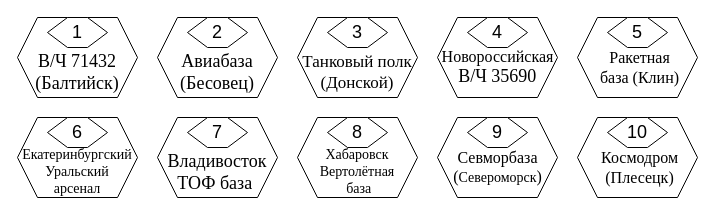
The draw.io diagram page "Узел Unit" (3 of 9) of MilitaryNetwork.drawio in m1tchX/DBhomework, before the edit. Source tidied: cells renumbered, new cells numbered last; positions are measured from the earlier drawing's top-left corner, leaving out a move shared by most shapes. Both pictures are drawn from the tidied source at 100%, with x=0, y=0 at pixel (17, 17).
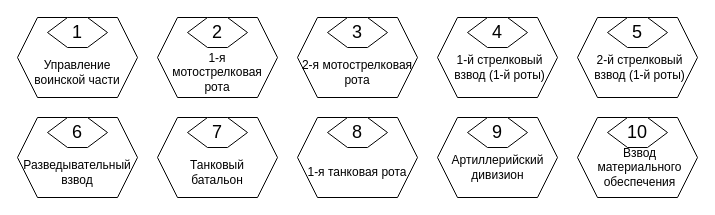
Above is the later version.

Diff of the diagram source:
```diff
@@
-    <mxCell id="4" value="&lt;font style=&quot;font-size: 18px;&quot; face=&quot;Times New Roman&quot;&gt;В/Ч 71432 (Балтийск)&lt;/font&gt;" style="text;html=1;align=center;verticalAlign=middle;whiteSpace=wrap;rounded=0;" parent="1" vertex="1">
+    <mxCell id="4" value="Управление воинской части" style="text;html=1;align=center;verticalAlign=middle;whiteSpace=wrap;rounded=0;" parent="1" vertex="1">
       <mxGeometry x="15" y="40" width="90" height="30" as="geometry" />
     </mxCell>
@@
-    <mxCell id="7" value="&lt;font face=&quot;Times New Roman&quot;&gt;&lt;span style=&quot;font-size: 18px;&quot;&gt;Авиабаза (Бесовец)&lt;/span&gt;&lt;/font&gt;" style="text;html=1;align=center;verticalAlign=middle;whiteSpace=wrap;rounded=0;" parent="1" vertex="1">
+    <mxCell id="7" value="1-я мотострелковая рота" style="text;html=1;align=center;verticalAlign=middle;whiteSpace=wrap;rounded=0;" parent="1" vertex="1">
       <mxGeometry x="155" y="40" width="90" height="30" as="geometry" />
     </mxCell>
@@
-    <mxCell id="10" value="&lt;font style=&quot;font-size: 17px;&quot; face=&quot;Times New Roman&quot;&gt;Танковый полк (Донской)&lt;/font&gt;" style="text;html=1;align=center;verticalAlign=middle;whiteSpace=wrap;rounded=0;" parent="1" vertex="1">
+    <mxCell id="10" value="2-я мотострелковая рота" style="text;html=1;align=center;verticalAlign=middle;whiteSpace=wrap;rounded=0;" parent="1" vertex="1">
       <mxGeometry x="280" y="40" width="120" height="30" as="geometry" />
     </mxCell>
@@
-    <mxCell id="13" value="&lt;span style=&quot;font-family: &amp;quot;Times New Roman&amp;quot;;&quot;&gt;&lt;font style=&quot;font-size: 16px;&quot;&gt;Новороссийская&amp;nbsp;&lt;/font&gt;&lt;/span&gt;&lt;div&gt;&lt;font face=&quot;Times New Roman&quot;&gt;&lt;span style=&quot;font-size: 18px;&quot;&gt;В/Ч 35690&amp;nbsp;&lt;/span&gt;&lt;/font&gt;&lt;/div&gt;" style="text;html=1;align=center;verticalAlign=middle;whiteSpace=wrap;rounded=0;" parent="1" vertex="1">
+    <mxCell id="13" value="1-й стрелковый взвод (1-й роты)" style="text;html=1;align=center;verticalAlign=middle;whiteSpace=wrap;rounded=0;" parent="1" vertex="1">
       <mxGeometry x="435" y="30" width="95" height="40" as="geometry" />
     </mxCell>
@@
-    <mxCell id="16" value="&lt;div&gt;&lt;span style=&quot;font-family: &amp;quot;Times New Roman&amp;quot;; font-size: 14px;&quot;&gt;Екатеринбургский&lt;/span&gt;&lt;/div&gt;&lt;font style=&quot;font-size: 14px;&quot; face=&quot;Times New Roman&quot;&gt;Уральский арсенал&lt;/font&gt;" style="text;html=1;align=center;verticalAlign=middle;whiteSpace=wrap;rounded=0;" parent="1" vertex="1">
+    <mxCell id="16" value="Разведывательный взвод" style="text;html=1;align=center;verticalAlign=middle;whiteSpace=wrap;rounded=0;" parent="1" vertex="1">
       <mxGeometry x="15" y="130" width="90" height="50" as="geometry" />
     </mxCell>
@@
-    <mxCell id="19" value="&lt;div&gt;&lt;span style=&quot;font-family: &amp;quot;Times New Roman&amp;quot;; font-size: 18px;&quot;&gt;Владивосток&lt;/span&gt;&lt;/div&gt;&lt;font face=&quot;Times New Roman&quot;&gt;&lt;span style=&quot;font-size: 18px;&quot;&gt;ТОФ база&amp;nbsp;&lt;/span&gt;&lt;/font&gt;" style="text;html=1;align=center;verticalAlign=middle;whiteSpace=wrap;rounded=0;" parent="1" vertex="1">
+    <mxCell id="19" value="Танковый батальон" style="text;html=1;align=center;verticalAlign=middle;whiteSpace=wrap;rounded=0;" parent="1" vertex="1">
       <mxGeometry x="155" y="140" width="90" height="30" as="geometry" />
     </mxCell>
@@
-    <mxCell id="22" value="&lt;font style=&quot;font-size: 14px;&quot; face=&quot;Times New Roman&quot;&gt;Хабаровск&lt;/font&gt;&lt;div&gt;&lt;font style=&quot;font-size: 14px;&quot; face=&quot;Times New Roman&quot;&gt;Вертолётная&lt;/font&gt;&lt;/div&gt;&lt;div&gt;&lt;font style=&quot;font-size: 14px;&quot; face=&quot;Times New Roman&quot;&gt;&amp;nbsp;база&lt;/font&gt;&lt;/div&gt;" style="text;html=1;align=center;verticalAlign=middle;whiteSpace=wrap;rounded=0;" parent="1" vertex="1">
+    <mxCell id="22" value="1-я танковая рота" style="text;html=1;align=center;verticalAlign=middle;whiteSpace=wrap;rounded=0;" parent="1" vertex="1">
       <mxGeometry x="280" y="130" width="120" height="50" as="geometry" />
     </mxCell>
@@
-    <mxCell id="25" value="&lt;font face=&quot;Times New Roman&quot;&gt;&lt;span style=&quot;font-size: 16px;&quot;&gt;Севморбаза&lt;/span&gt;&lt;/font&gt;&lt;div&gt;&lt;font face=&quot;Times New Roman&quot;&gt;&lt;span style=&quot;font-size: 16px;&quot;&gt;(&lt;/span&gt;&lt;font style=&quot;font-size: 14px;&quot;&gt;Североморск&lt;/font&gt;&lt;span style=&quot;font-size: 16px;&quot;&gt;)&lt;/span&gt;&lt;/font&gt;&lt;/div&gt;" style="text;html=1;align=center;verticalAlign=middle;whiteSpace=wrap;rounded=0;" parent="1" vertex="1">
+    <mxCell id="25" value="Артиллерийский дивизион" style="text;html=1;align=center;verticalAlign=middle;whiteSpace=wrap;rounded=0;" parent="1" vertex="1">
       <mxGeometry x="432.5" y="130" width="95" height="40" as="geometry" />
     </mxCell>
@@
-    <mxCell id="28" value="&lt;font face=&quot;Times New Roman&quot;&gt;&lt;span style=&quot;font-size: 16px;&quot;&gt;Ракетная база (Клин)&lt;/span&gt;&lt;/font&gt;" style="text;html=1;align=center;verticalAlign=middle;whiteSpace=wrap;rounded=0;" parent="1" vertex="1">
+    <mxCell id="28" value="2-й стрелковый взвод (1-й роты)" style="text;html=1;align=center;verticalAlign=middle;whiteSpace=wrap;rounded=0;" parent="1" vertex="1">
       <mxGeometry x="575" y="30" width="95" height="40" as="geometry" />
     </mxCell>
@@
-    <mxCell id="31" value="&lt;font face=&quot;Times New Roman&quot;&gt;&lt;span style=&quot;font-size: 16px;&quot;&gt;Космодром&lt;/span&gt;&lt;/font&gt;&lt;div&gt;&lt;font face=&quot;Times New Roman&quot;&gt;&lt;span style=&quot;font-size: 16px;&quot;&gt;(Плесецк)&lt;/span&gt;&lt;/font&gt;&lt;/div&gt;" style="text;html=1;align=center;verticalAlign=middle;whiteSpace=wrap;rounded=0;" parent="1" vertex="1">
+    <mxCell id="31" value="Взвод материального обеспечения" style="text;html=1;align=center;verticalAlign=middle;whiteSpace=wrap;rounded=0;" parent="1" vertex="1">
       <mxGeometry x="575" y="130" width="95" height="40" as="geometry" />
     </mxCell>
```
